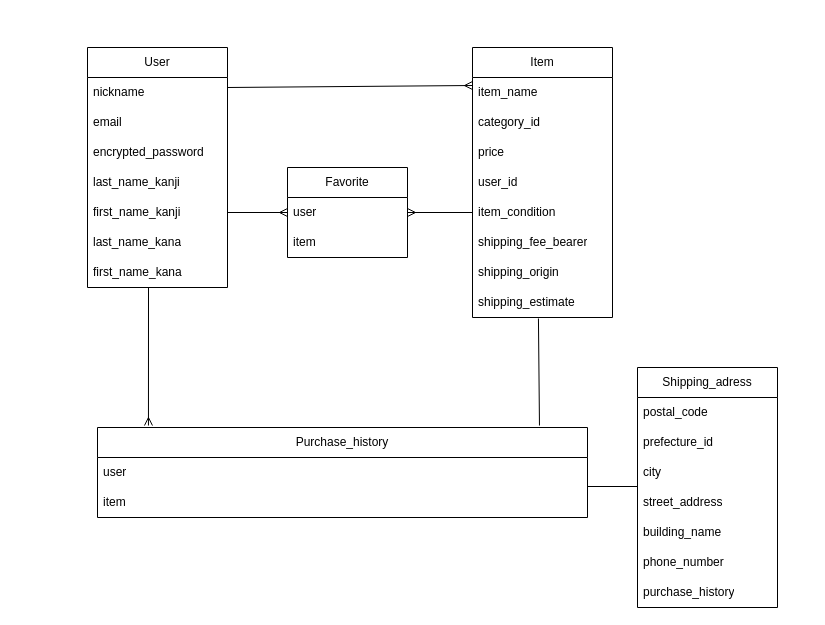
tttamaki1/furima-39335 keeps this draw.io diagram as er.dio. Above is the earlier version. Source tidied: cells renumbered, new cells numbered last; positions are measured from the earlier drawing's top-left corner, leaving out a move shared by most shapes. Both pictures are drawn from the tidied source at 100%, with x=0, y=0 at pixel (87, 47).
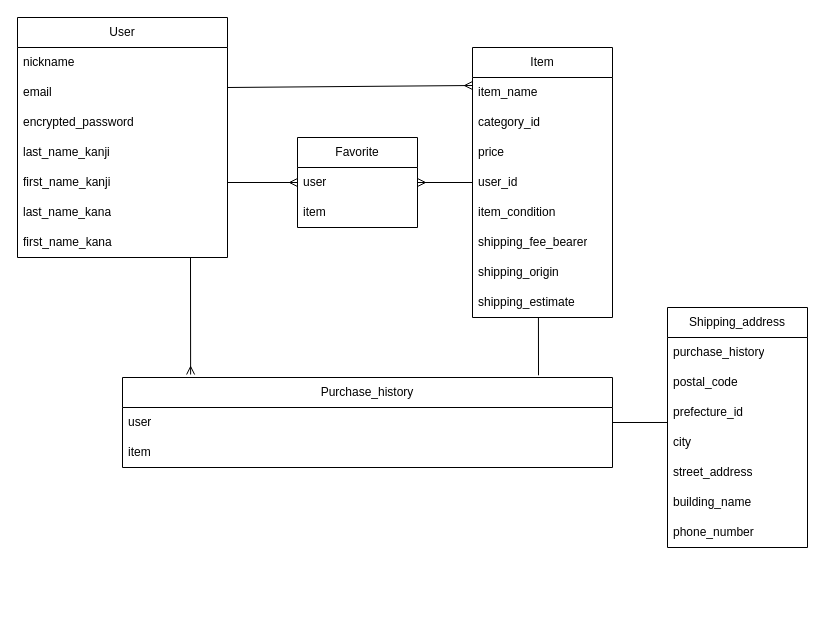
After the change.

Commit message (it also covers changes not shown here):
recommit for reviewing

Unchanged cells that the change refers to:
```xml
<mxCell id="14" value="user_id" style="text;strokeColor=none;fillColor=none;align=left;verticalAlign=middle;spacingLeft=4;spacingRight=4;overflow=hidden;points=[[0,0.5],[1,0.5]];portConstraint=eastwest;whiteSpace=wrap;html=1;" parent="10" vertex="1">
  <mxGeometry y="120" width="140" height="30" as="geometry" />
</mxCell>
<mxCell id="15" value="item_condition" style="text;strokeColor=none;fillColor=none;align=left;verticalAlign=middle;spacingLeft=4;spacingRight=4;overflow=hidden;points=[[0,0.5],[1,0.5]];portConstraint=eastwest;whiteSpace=wrap;html=1;" parent="10" vertex="1">
  <mxGeometry y="150" width="140" height="30" as="geometry" />
</mxCell>
<mxCell id="18" value="shipping_estimate" style="text;strokeColor=none;fillColor=none;align=left;verticalAlign=middle;spacingLeft=4;spacingRight=4;overflow=hidden;points=[[0,0.5],[1,0.5]];portConstraint=eastwest;whiteSpace=wrap;html=1;" parent="10" vertex="1">
  <mxGeometry y="240" width="140" height="30" as="geometry" />
</mxCell>
<mxCell id="22" value="user" style="text;strokeColor=none;fillColor=none;align=left;verticalAlign=middle;spacingLeft=4;spacingRight=4;overflow=hidden;points=[[0,0.5],[1,0.5]];portConstraint=eastwest;whiteSpace=wrap;html=1;" parent="21" vertex="1">
  <mxGeometry y="30" width="120" height="30" as="geometry" />
</mxCell>
<mxCell id="35" value="user" style="text;strokeColor=none;fillColor=none;align=left;verticalAlign=middle;spacingLeft=4;spacingRight=4;overflow=hidden;points=[[0,0.5],[1,0.5]];portConstraint=eastwest;whiteSpace=wrap;html=1;" parent="34" vertex="1">
  <mxGeometry y="30" width="490" height="30" as="geometry" />
</mxCell>
<mxCell id="36" value="item" style="text;strokeColor=none;fillColor=none;align=left;verticalAlign=middle;spacingLeft=4;spacingRight=4;overflow=hidden;points=[[0,0.5],[1,0.5]];portConstraint=eastwest;whiteSpace=wrap;html=1;" parent="34" vertex="1">
  <mxGeometry y="60" width="490" height="30" as="geometry" />
</mxCell>
```

Diff of the diagram source:
```diff
@@
     <mxCell id="2" value="User" style="swimlane;fontStyle=0;horizontal=1;startSize=30;whiteSpace=wrap;html=1;" parent="1" vertex="1">
-      <mxGeometry width="140" height="240" as="geometry" />
+      <mxGeometry x="-70" y="-30" width="210" height="240" as="geometry" />
     </mxCell>
     <mxCell id="3" value="nickname" style="text;strokeColor=none;fillColor=none;align=left;verticalAlign=middle;spacingLeft=4;spacingRight=4;overflow=hidden;whiteSpace=wrap;html=1;" parent="2" vertex="1">
-      <mxGeometry y="30" width="140" height="30" as="geometry" />
+      <mxGeometry y="30" width="210" height="30" as="geometry" />
     </mxCell>
     <mxCell id="4" value="email" style="text;strokeColor=none;fillColor=none;align=left;verticalAlign=middle;spacingLeft=4;spacingRight=4;overflow=hidden;whiteSpace=wrap;html=1;" parent="2" vertex="1">
-      <mxGeometry y="60" width="140" height="30" as="geometry" />
+      <mxGeometry y="60" width="210" height="30" as="geometry" />
     </mxCell>
     <mxCell id="5" value="encrypted_password" style="text;strokeColor=none;fillColor=none;align=left;verticalAlign=middle;spacingLeft=4;spacingRight=4;overflow=hidden;whiteSpace=wrap;html=1;" parent="2" vertex="1">
-      <mxGeometry y="90" width="140" height="30" as="geometry" />
+      <mxGeometry y="90" width="210" height="30" as="geometry" />
     </mxCell>
     <mxCell id="6" value="last_name_kanji" style="text;strokeColor=none;fillColor=none;align=left;verticalAlign=middle;spacingLeft=4;spacingRight=4;overflow=hidden;whiteSpace=wrap;html=1;" parent="2" vertex="1">
-      <mxGeometry y="120" width="140" height="30" as="geometry" />
+      <mxGeometry y="120" width="210" height="30" as="geometry" />
     </mxCell>
     <mxCell id="7" value="first_name_kanji" style="text;strokeColor=none;fillColor=none;align=left;verticalAlign=middle;spacingLeft=4;spacingRight=4;overflow=hidden;points=[[0,0.5],[1,0.5]];portConstraint=eastwest;whiteSpace=wrap;html=1;" parent="2" vertex="1">
-      <mxGeometry y="150" width="140" height="30" as="geometry" />
+      <mxGeometry y="150" width="210" height="30" as="geometry" />
     </mxCell>
     <mxCell id="8" value="last_name_kana" style="text;strokeColor=none;fillColor=none;align=left;verticalAlign=middle;spacingLeft=4;spacingRight=4;overflow=hidden;whiteSpace=wrap;html=1;" parent="2" vertex="1">
-      <mxGeometry y="180" width="140" height="30" as="geometry" />
+      <mxGeometry y="180" width="210" height="30" as="geometry" />
     </mxCell>
     <mxCell id="9" value="first_name_kana" style="text;strokeColor=none;fillColor=none;align=left;verticalAlign=middle;spacingLeft=4;spacingRight=4;overflow=hidden;whiteSpace=wrap;html=1;" parent="2" vertex="1">
-      <mxGeometry y="210" width="140" height="30" as="geometry" />
+      <mxGeometry y="210" width="210" height="30" as="geometry" />
     </mxCell>
@@
-    <mxCell id="20" style="endArrow=none;html=1;exitX=0;exitY=0.967;exitDx=0;exitDy=0;exitPerimeter=0;entryX=1;entryY=-0.033;entryDx=0;entryDy=0;entryPerimeter=0;" parent="1" edge="1" source="29" target="36">
-      <mxGeometry relative="1" as="geometry" />
-    </mxCell>
     <mxCell id="21" value="Favorite" style="swimlane;fontStyle=0;horizontal=1;startSize=30;whiteSpace=wrap;html=1;" parent="1" vertex="1">
-      <mxGeometry x="200" y="120" width="120" height="90" as="geometry" />
+      <mxGeometry x="210" y="90" width="120" height="90" as="geometry" />
     </mxCell>
@@
-    <mxCell id="25" style="endArrow=ERmany;html=1;endFill=0;entryX=1;entryY=0.5;entryDx=0;entryDy=0;exitX=0;exitY=0.5;exitDx=0;exitDy=0;" parent="1" edge="1" source="15" target="22">
+    <mxCell id="25" style="endArrow=ERmany;html=1;endFill=0;entryX=1;entryY=0.5;entryDx=0;entryDy=0;exitX=0;exitY=0.5;exitDx=0;exitDy=0;" parent="1" edge="1" source="14" target="22">
       <mxGeometry relative="1" as="geometry" />
     </mxCell>
-    <mxCell id="26" value="Shipping_adress" style="swimlane;fontStyle=0;horizontal=1;startSize=30;whiteSpace=wrap;html=1;" parent="1" vertex="1">
-      <mxGeometry x="550" y="320" width="140" height="240" as="geometry" />
+    <mxCell id="26" value="Shipping_address" style="swimlane;fontStyle=0;horizontal=1;startSize=30;whiteSpace=wrap;html=1;" parent="1" vertex="1">
+      <mxGeometry x="580" y="260" width="140" height="240" as="geometry" />
     </mxCell>
+    <mxCell id="33" value="purchase_history" style="text;strokeColor=none;fillColor=none;align=left;verticalAlign=middle;spacingLeft=4;spacingRight=4;overflow=hidden;whiteSpace=wrap;html=1;" parent="26" vertex="1">
+      <mxGeometry y="30" width="140" height="30" as="geometry" />
+    </mxCell>
     <mxCell id="27" value="postal_code" style="text;strokeColor=none;fillColor=none;align=left;verticalAlign=middle;spacingLeft=4;spacingRight=4;overflow=hidden;whiteSpace=wrap;html=1;" parent="26" vertex="1">
-      <mxGeometry y="30" width="140" height="30" as="geometry" />
+      <mxGeometry y="60" width="140" height="30" as="geometry" />
     </mxCell>
     <mxCell id="28" value="prefecture_id" style="text;strokeColor=none;fillColor=none;align=left;verticalAlign=middle;spacingLeft=4;spacingRight=4;overflow=hidden;points=[[0,0.5],[1,0.5]];portConstraint=eastwest;whiteSpace=wrap;html=1;" parent="26" vertex="1">
-      <mxGeometry y="60" width="140" height="30" as="geometry" />
+      <mxGeometry y="90" width="140" height="30" as="geometry" />
     </mxCell>
     <mxCell id="29" value="city" style="text;strokeColor=none;fillColor=none;align=left;verticalAlign=middle;spacingLeft=4;spacingRight=4;overflow=hidden;points=[[0,0.5],[1,0.5]];portConstraint=eastwest;whiteSpace=wrap;html=1;" parent="26" vertex="1">
-      <mxGeometry y="90" width="140" height="30" as="geometry" />
+      <mxGeometry y="120" width="140" height="30" as="geometry" />
     </mxCell>
     <mxCell id="30" value="street_address" style="text;strokeColor=none;fillColor=none;align=left;verticalAlign=middle;spacingLeft=4;spacingRight=4;overflow=hidden;whiteSpace=wrap;html=1;" parent="26" vertex="1">
-      <mxGeometry y="120" width="140" height="30" as="geometry" />
+      <mxGeometry y="150" width="140" height="30" as="geometry" />
     </mxCell>
     <mxCell id="31" value="building_name" style="text;strokeColor=none;fillColor=none;align=left;verticalAlign=middle;spacingLeft=4;spacingRight=4;overflow=hidden;whiteSpace=wrap;html=1;" parent="26" vertex="1">
-      <mxGeometry y="150" width="140" height="30" as="geometry" />
+      <mxGeometry y="180" width="140" height="30" as="geometry" />
     </mxCell>
     <mxCell id="32" value="phone_number" style="text;strokeColor=none;fillColor=none;align=left;verticalAlign=middle;spacingLeft=4;spacingRight=4;overflow=hidden;whiteSpace=wrap;html=1;" parent="26" vertex="1">
-      <mxGeometry y="180" width="140" height="30" as="geometry" />
+      <mxGeometry y="210" width="140" height="30" as="geometry" />
     </mxCell>
-    <mxCell id="33" value="purchase_history" style="text;strokeColor=none;fillColor=none;align=left;verticalAlign=middle;spacingLeft=4;spacingRight=4;overflow=hidden;whiteSpace=wrap;html=1;" parent="26" vertex="1">
-      <mxGeometry y="210" width="140" height="30" as="geometry" />
-    </mxCell>
     <mxCell id="34" value="Purchase_history" style="swimlane;fontStyle=0;horizontal=1;startSize=30;whiteSpace=wrap;html=1;" parent="1" vertex="1">
-      <mxGeometry x="10" y="380" width="490" height="90" as="geometry" />
+      <mxGeometry x="35" y="330" width="490" height="90" as="geometry" />
     </mxCell>
@@
-    <mxCell id="37" style="endArrow=ERmany;html=1;endFill=0;entryX=0.104;entryY=-0.022;entryDx=0;entryDy=0;entryPerimeter=0;" parent="1" edge="1" target="34">
+    <mxCell id="37" style="endArrow=ERmany;html=1;endFill=0;entryX=0.139;entryY=-0.033;entryDx=0;entryDy=0;entryPerimeter=0;" parent="1" edge="1" target="34">
       <mxGeometry relative="1" as="geometry">
-        <mxPoint x="61" y="240" as="sourcePoint" />
+        <mxPoint x="103" y="210" as="sourcePoint" />
       </mxGeometry>
     </mxCell>
-    <mxCell id="38" style="endArrow=none;html=1;entryX=0.471;entryY=1.033;entryDx=0;entryDy=0;entryPerimeter=0;exitX=0.902;exitY=-0.022;exitDx=0;exitDy=0;exitPerimeter=0;" parent="1" edge="1" source="34" target="18">
+    <mxCell id="38" style="endArrow=none;html=1;exitX=0.849;exitY=-0.025;exitDx=0;exitDy=0;exitPerimeter=0;entryX=0.471;entryY=1;entryDx=0;entryDy=0;entryPerimeter=0;" parent="1" edge="1" source="34" target="18">
       <mxGeometry relative="1" as="geometry" />
     </mxCell>
+    <mxCell id="39" style="endArrow=none;html=1;exitX=0;exitY=0.833;exitDx=0;exitDy=0;entryX=1;entryY=0.5;entryDx=0;entryDy=0;exitPerimeter=0;" parent="1" edge="1" source="28" target="35">
+      <mxGeometry relative="1" as="geometry" />
+    </mxCell>
```
